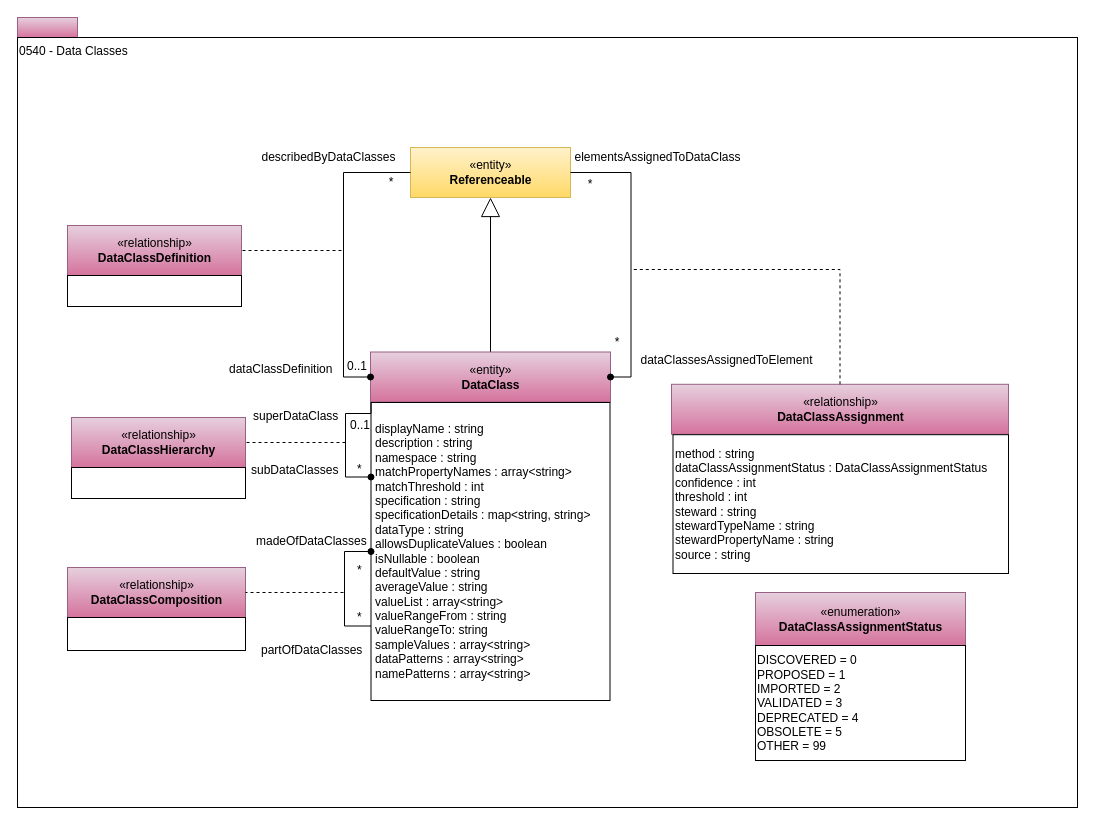
Before: page "0540-Data-Classes" (25 of 36) of site/docs/types/5/area-5-models-and-schema.drawio in odpi/egeria-docs, a draw.io diagram. Source tidied: cells renumbered, new cells numbered last; positions are measured from the earlier drawing's top-left corner, leaving out a move shared by most shapes. Both pictures are drawn from the tidied source at 100%, with x=0, y=0 at pixel (17, 17).
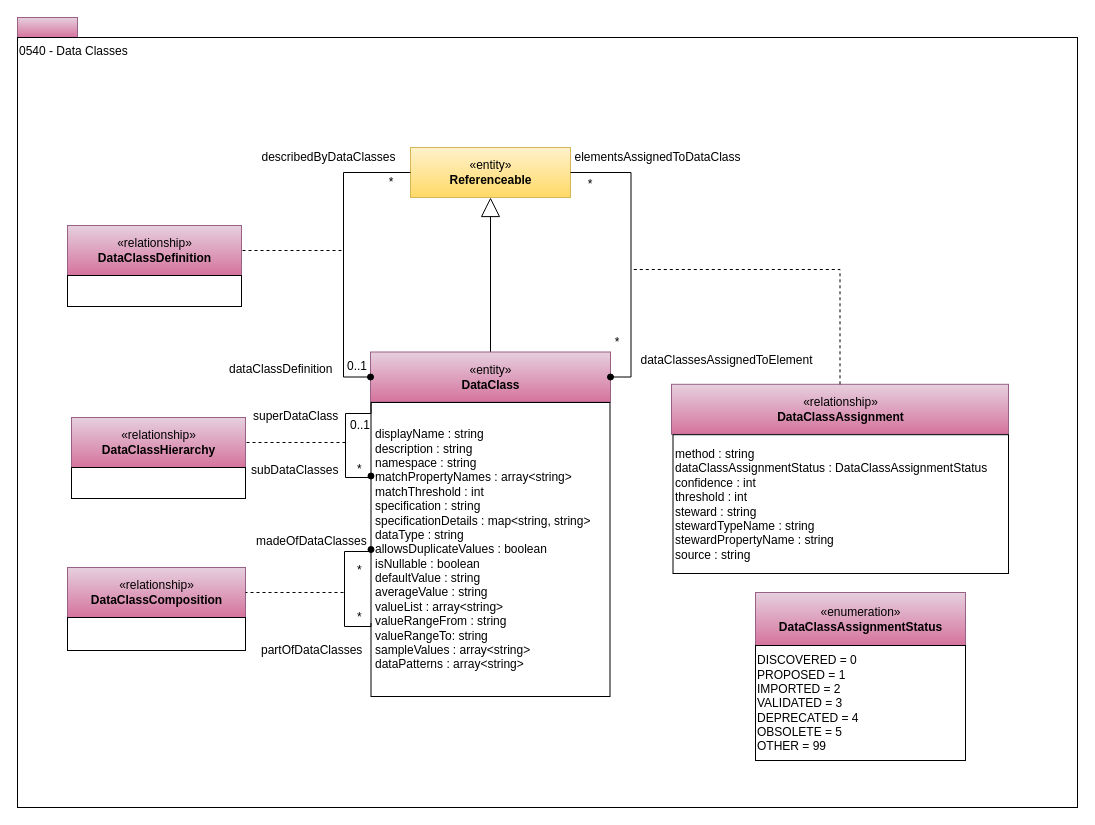
The same diagram, later.

Commit message (it also covers changes not shown here):
Move namePatterns to DataField

Change to the diagram source:
```diff
@@
-    <mxCell id="6" value="&lt;span&gt;displayName : string&lt;/span&gt;&lt;br&gt;&lt;span&gt;description : string&lt;/span&gt;&lt;br&gt;&lt;span&gt;namespace : string&lt;/span&gt;&lt;div&gt;matchPropertyNames : array&amp;lt;string&amp;gt;&lt;/div&gt;&lt;div&gt;&lt;div&gt;matchThreshold : int&lt;/div&gt;&lt;div&gt;&lt;/div&gt;&lt;span&gt;specification : string&lt;/span&gt;&lt;br&gt;&lt;span&gt;specificationDetails : map&amp;lt;string, string&amp;gt;&lt;/span&gt;&lt;div&gt;&lt;span&gt;dataType : string&lt;/span&gt;&lt;/div&gt;&lt;div&gt;&lt;span style=&quot;background-color: transparent; color: light-dark(rgb(0, 0, 0), rgb(255, 255, 255));&quot;&gt;allowsDuplicateValues : boolean&lt;/span&gt;&lt;/div&gt;&lt;div&gt;&lt;span style=&quot;background-color: transparent; color: light-dark(rgb(0, 0, 0), rgb(255, 255, 255));&quot;&gt;isNullable : boolean&lt;/span&gt;&lt;/div&gt;&lt;div&gt;&lt;div&gt;&lt;/div&gt;&lt;/div&gt;&lt;div&gt;&lt;span style=&quot;background-color: transparent; color: light-dark(rgb(0, 0, 0), rgb(255, 255, 255));&quot;&gt;defaultValue : string&lt;/span&gt;&lt;br&gt;&lt;/div&gt;&lt;div&gt;&lt;span style=&quot;background-color: transparent; color: light-dark(rgb(0, 0, 0), rgb(255, 255, 255));&quot;&gt;averageValue : string&lt;/span&gt;&lt;/div&gt;&lt;div&gt;valueList : array&amp;lt;string&amp;gt;&lt;/div&gt;&lt;div&gt;valueRangeFrom : string&lt;/div&gt;&lt;div&gt;valueRangeTo: string&lt;/div&gt;&lt;div&gt;sampleValues : array&amp;lt;string&amp;gt;&lt;br&gt;dataPatterns : array&amp;lt;string&amp;gt;&lt;br&gt;namePatterns : array&amp;lt;string&amp;gt;&lt;span&gt;&lt;/span&gt;&lt;/div&gt;&lt;/div&gt;" style="rounded=0;whiteSpace=wrap;html=1;strokeColor=#000000;gradientColor=#ffffff;align=left;spacingLeft=2;" parent="1" vertex="1">
-      <mxGeometry x="353.5" y="385" width="239" height="298" as="geometry" />
+    <mxCell id="6" value="&lt;span&gt;displayName : string&lt;/span&gt;&lt;br&gt;&lt;span&gt;description : string&lt;/span&gt;&lt;br&gt;&lt;span&gt;namespace : string&lt;/span&gt;&lt;div&gt;matchPropertyNames : array&amp;lt;string&amp;gt;&lt;/div&gt;&lt;div&gt;&lt;div&gt;matchThreshold : int&lt;/div&gt;&lt;div&gt;&lt;/div&gt;&lt;span&gt;specification : string&lt;/span&gt;&lt;br&gt;&lt;span&gt;specificationDetails : map&amp;lt;string, string&amp;gt;&lt;/span&gt;&lt;div&gt;&lt;span&gt;dataType : string&lt;/span&gt;&lt;/div&gt;&lt;div&gt;&lt;span style=&quot;background-color: transparent; color: light-dark(rgb(0, 0, 0), rgb(255, 255, 255));&quot;&gt;allowsDuplicateValues : boolean&lt;/span&gt;&lt;/div&gt;&lt;div&gt;&lt;span style=&quot;background-color: transparent; color: light-dark(rgb(0, 0, 0), rgb(255, 255, 255));&quot;&gt;isNullable : boolean&lt;/span&gt;&lt;/div&gt;&lt;div&gt;&lt;div&gt;&lt;/div&gt;&lt;/div&gt;&lt;div&gt;&lt;span style=&quot;background-color: transparent; color: light-dark(rgb(0, 0, 0), rgb(255, 255, 255));&quot;&gt;defaultValue : string&lt;/span&gt;&lt;br&gt;&lt;/div&gt;&lt;div&gt;&lt;span style=&quot;background-color: transparent; color: light-dark(rgb(0, 0, 0), rgb(255, 255, 255));&quot;&gt;averageValue : string&lt;/span&gt;&lt;/div&gt;&lt;div&gt;valueList : array&amp;lt;string&amp;gt;&lt;/div&gt;&lt;div&gt;valueRangeFrom : string&lt;/div&gt;&lt;div&gt;valueRangeTo: string&lt;/div&gt;&lt;div&gt;sampleValues : array&amp;lt;string&amp;gt;&lt;br&gt;dataPatterns : array&amp;lt;string&amp;gt;&lt;br&gt;&lt;/div&gt;&lt;/div&gt;" style="rounded=0;whiteSpace=wrap;html=1;strokeColor=#000000;gradientColor=#ffffff;align=left;spacingLeft=2;" parent="1" vertex="1">
+      <mxGeometry x="353.5" y="385" width="239" height="294" as="geometry" />
     </mxCell>
```
